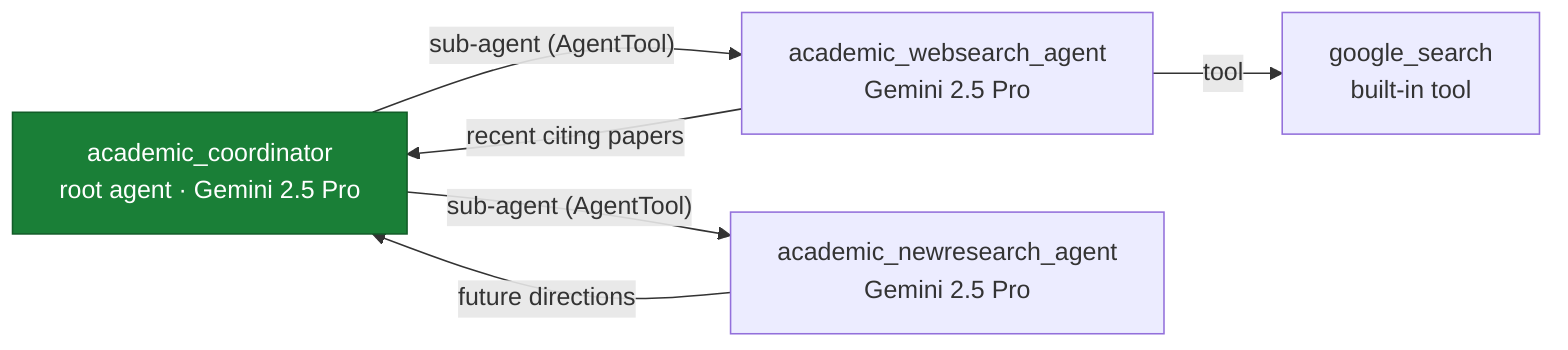
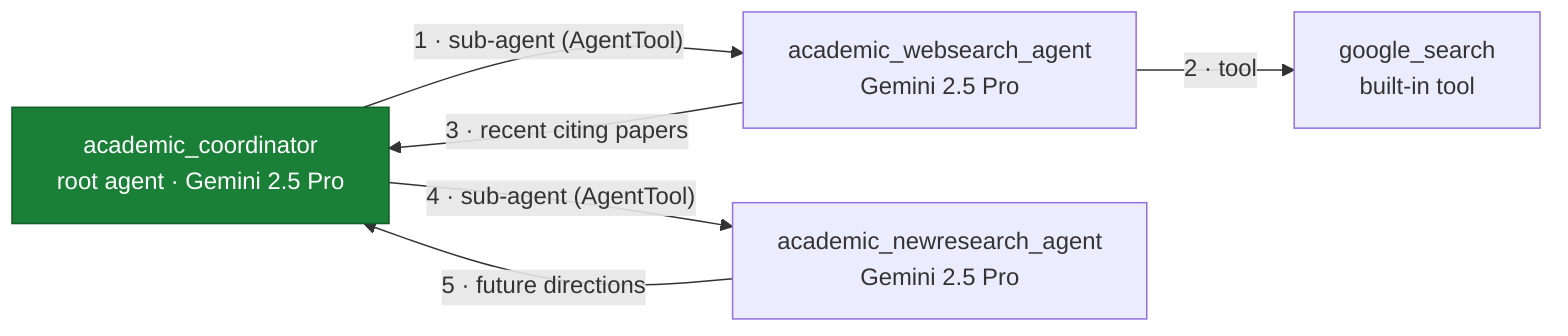
flowchart LR
    coordinator["academic_coordinator<br/>root agent · Gemini 2.5 Pro"]
    websearch["academic_websearch_agent<br/>Gemini 2.5 Pro"]
    newresearch["academic_newresearch_agent<br/>Gemini 2.5 Pro"]
    googlesearch["google_search<br/>built-in tool"]

-     coordinator -->|"sub-agent (AgentTool)"| websearch
-     coordinator -->|"sub-agent (AgentTool)"| newresearch
-     websearch -->|"tool"| googlesearch
-     websearch -->|"recent citing papers"| coordinator
-     newresearch -->|"future directions"| coordinator
+     coordinator -->|"1 · sub-agent (AgentTool)"| websearch
+     websearch -->|"2 · tool"| googlesearch
+     websearch -->|"3 · recent citing papers"| coordinator
+     coordinator -->|"4 · sub-agent (AgentTool)"| newresearch
+     newresearch -->|"5 · future directions"| coordinator

    style coordinator fill:#1a7f37,stroke:#125c28,color:#ffffff
